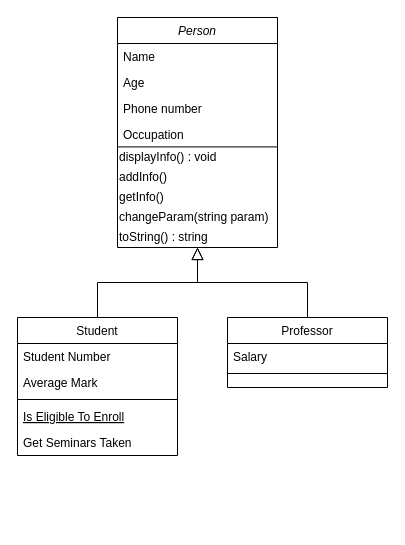
Above: homework_cpp.drawio in avetodef/ict_cpp_course_3rd_year (draw.io), before the change. Source tidied: cells renumbered, new cells numbered last; positions are measured from the earlier drawing's top-left corner, leaving out a move shared by most shapes. Both pictures are drawn from the tidied source at 100%, with x=0, y=0 at pixel (17, 17).
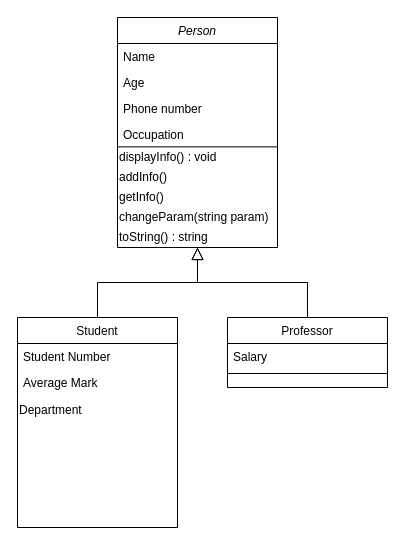
The same diagram, later.

The edit, as a diff of the source:
```diff
@@
     <mxCell id="13" value="Student" style="swimlane;fontStyle=0;align=center;verticalAlign=top;horizontal=1;startSize=26;rounded=0;shadow=0;strokeWidth=1;" parent="1" vertex="1">
-      <mxGeometry y="300" width="160" height="138" as="geometry" />
+      <mxGeometry y="300" width="160" height="210" as="geometry" />
     </mxCell>
@@
-    <mxCell id="16" style="line;html=1;strokeWidth=1;align=left;verticalAlign=middle;spacingTop=-1;spacingLeft=3;spacingRight=3;labelPosition=right;" parent="13" vertex="1">
-      <mxGeometry y="78" width="160" height="8" as="geometry" />
-    </mxCell>
-    <mxCell id="17" value="Is Eligible To Enroll" style="text;align=left;verticalAlign=top;spacingLeft=4;spacingRight=4;overflow=hidden;fontStyle=4;" parent="13" vertex="1">
-      <mxGeometry y="86" width="160" height="26" as="geometry" />
-    </mxCell>
-    <mxCell id="18" value="Get Seminars Taken" style="text;align=left;verticalAlign=top;spacingLeft=4;spacingRight=4;overflow=hidden;" parent="13" vertex="1">
-      <mxGeometry y="112" width="160" height="26" as="geometry" />
-    </mxCell>
+    <mxCell id="24" value="Department" style="text;html=1;strokeColor=none;fillColor=none;align=left;verticalAlign=middle;whiteSpace=wrap;rounded=0;" parent="13" vertex="1">
+      <mxGeometry y="78" width="160" height="30" as="geometry" />
+    </mxCell>
```
